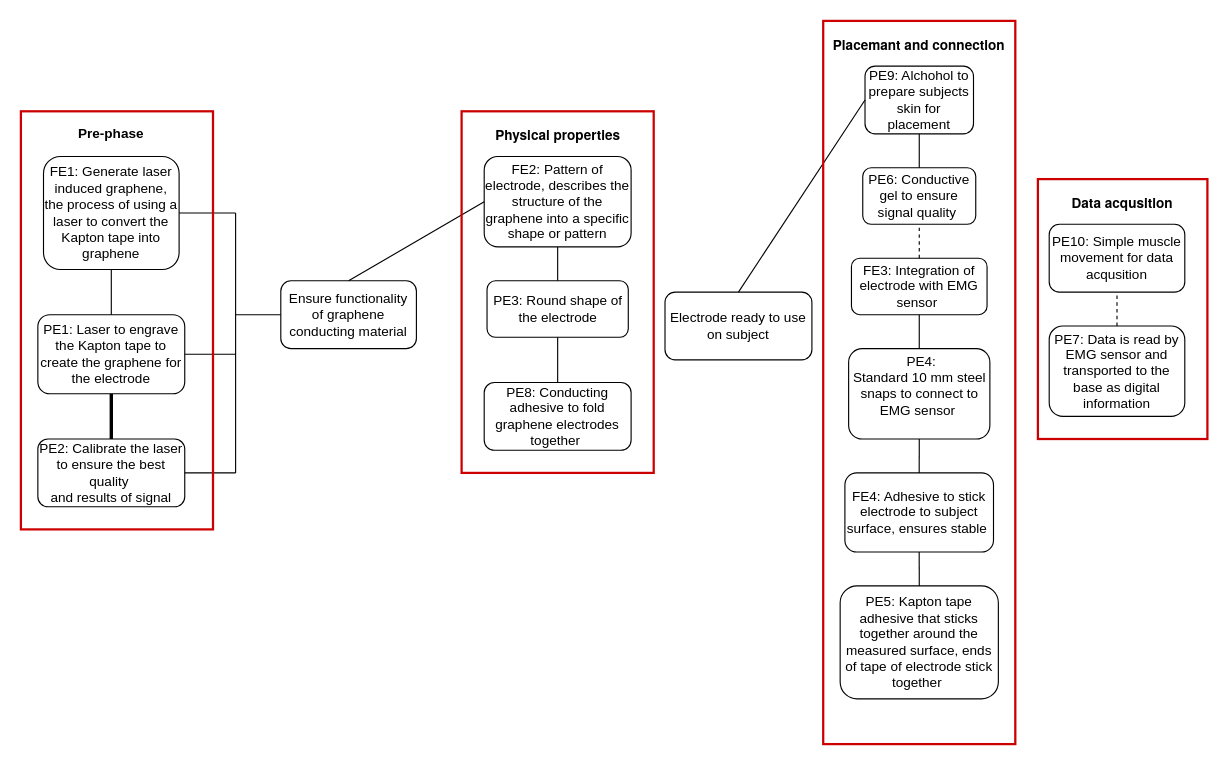
Above: page "Page-5" (5 of 5) of Untitled Diagram.drawio in asdismilla/FlowChart (draw.io), before the change. Source tidied: cells renumbered, new cells numbered last; positions are measured from the earlier drawing's top-left corner, leaving out a move shared by most shapes. Both pictures are drawn from the tidied source at 113%, with x=0, y=0 at pixel (20, 20).
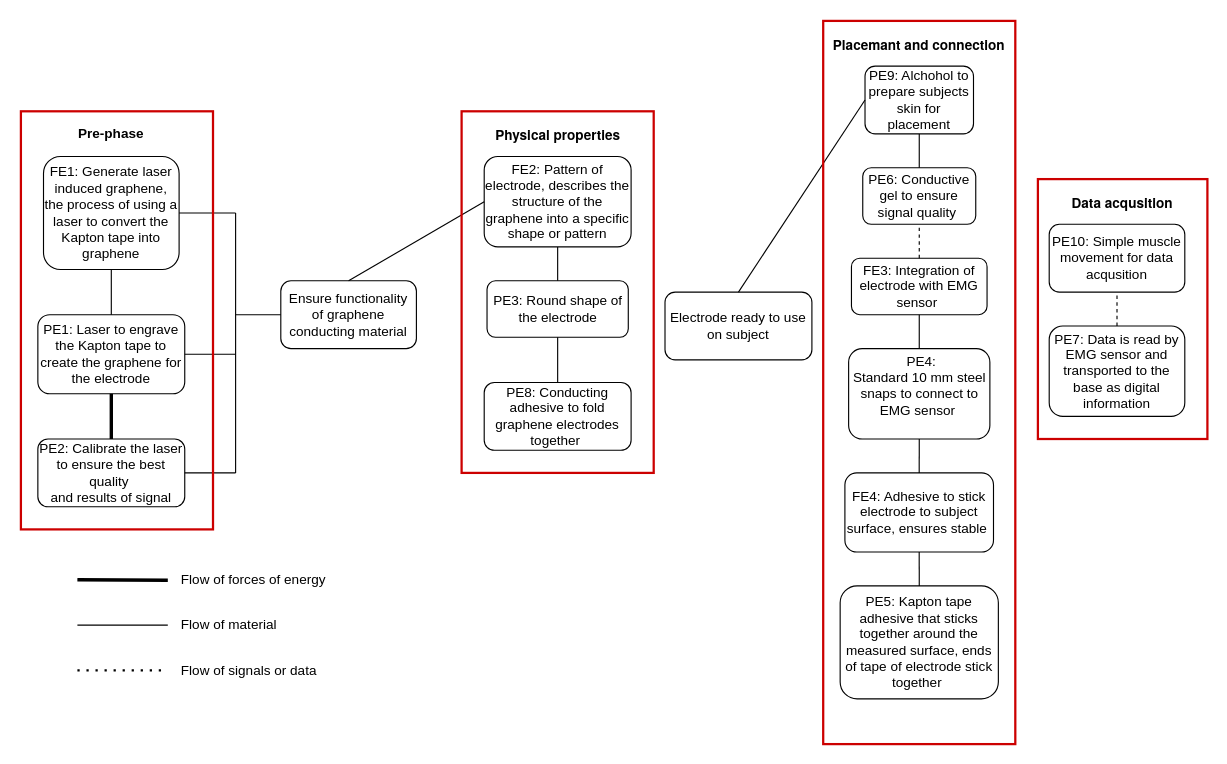
Above is the later version.

Change to the diagram source:
```diff
@@
+    <mxCell id="44" style="endArrow=none;html=1;rounded=0;strokeWidth=3;" parent="1" edge="1">
+      <mxGeometry relative="1" as="geometry">
+        <mxPoint x="50" y="494.6" as="sourcePoint" />
+        <mxPoint x="130" y="495" as="targetPoint" />
+      </mxGeometry>
+    </mxCell>
+    <mxCell id="45" value="Flow of forces of energy&amp;nbsp;" style="text;html=1;align=left;verticalAlign=middle;whiteSpace=wrap;rounded=0;" parent="1" vertex="1">
+      <mxGeometry x="140" y="480" width="150" height="30" as="geometry" />
+    </mxCell>
+    <mxCell id="46" value="Flow of material&amp;nbsp;" style="text;html=1;align=left;verticalAlign=middle;whiteSpace=wrap;rounded=0;" parent="1" vertex="1">
+      <mxGeometry x="140" y="520" width="150" height="30" as="geometry" />
+    </mxCell>
+    <mxCell id="47" value="Flow of signals or data" style="text;html=1;align=left;verticalAlign=middle;whiteSpace=wrap;rounded=0;" parent="1" vertex="1">
+      <mxGeometry x="140" y="560" width="150" height="30" as="geometry" />
+    </mxCell>
+    <mxCell id="48" style="endArrow=none;html=1;rounded=0;" parent="1" edge="1">
+      <mxGeometry relative="1" as="geometry">
+        <mxPoint x="50" y="534.7" as="sourcePoint" />
+        <mxPoint x="130" y="534.7" as="targetPoint" />
+      </mxGeometry>
+    </mxCell>
+    <mxCell id="49" style="endArrow=none;dashed=1;html=1;dashPattern=1 3;strokeWidth=2;rounded=0;" parent="1" edge="1">
+      <mxGeometry relative="1" as="geometry">
+        <mxPoint x="50" y="574.7" as="sourcePoint" />
+        <mxPoint x="130" y="574.7" as="targetPoint" />
+      </mxGeometry>
+    </mxCell>
```
